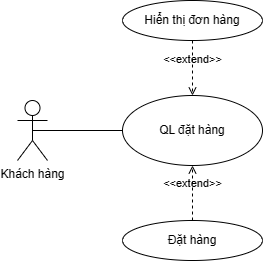
Before: UC/imgs/UC_QUANLYDATHANG.drawio.png, a diagram exported from draw.io (hieuNV0871/da). Source tidied: cells renumbered, new cells last; positions are measured from the earlier drawing's top-left corner, leaving out a move shared by most shapes.
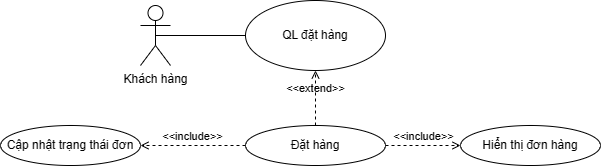
After the change.

What changed in the source:
```diff
@@ -9,11 +9,8 @@
       <mxGeometry x="105" y="95" width="140" height="70" as="geometry" />
     </mxCell>
     <mxCell id="4" value="Hiển thị đơn hàng" style="ellipse;whiteSpace=wrap;html=1;" parent="1" vertex="1">
-      <mxGeometry x="105" width="140" height="40" as="geometry" />
+      <mxGeometry x="320" y="220" width="140" height="40" as="geometry" />
     </mxCell>
-    <mxCell id="5" value="&amp;lt;&amp;lt;extend&amp;gt;&amp;gt;" style="html=1;verticalAlign=bottom;labelBackgroundColor=none;endArrow=open;endFill=0;dashed=1;rounded=0;entryX=0.5;entryY=0;entryDx=0;entryDy=0;exitX=0.5;exitY=1;exitDx=0;exitDy=0;" parent="1" edge="1" source="4" target="3">
-      <mxGeometry relative="1" as="geometry" />
-    </mxCell>
     <mxCell id="6" style="endArrow=none;html=1;rounded=0;exitX=0.5;exitY=0.5;exitDx=0;exitDy=0;exitPerimeter=0;entryX=0;entryY=0.5;entryDx=0;entryDy=0;" parent="1" edge="1" source="2" target="3">
       <mxGeometry relative="1" as="geometry" />
     </mxCell>
@@ -23,5 +20,14 @@
     <mxCell id="8" value="Đặt hàng" style="ellipse;whiteSpace=wrap;html=1;" parent="1" vertex="1">
       <mxGeometry x="105" y="220" width="140" height="40" as="geometry" />
     </mxCell>
+    <mxCell id="9" value="&amp;lt;&amp;lt;include&amp;gt;&amp;gt;" style="html=1;verticalAlign=bottom;labelBackgroundColor=none;endArrow=open;endFill=0;dashed=1;rounded=0;exitX=1;exitY=0.5;exitDx=0;exitDy=0;entryX=0;entryY=0.5;entryDx=0;entryDy=0;" parent="1" edge="1" source="8" target="4">
+      <mxGeometry relative="1" as="geometry" />
+    </mxCell>
+    <mxCell id="10" value="&amp;lt;&amp;lt;include&amp;gt;&amp;gt;" style="html=1;verticalAlign=bottom;labelBackgroundColor=none;endArrow=open;endFill=0;dashed=1;rounded=0;exitX=0;exitY=0.5;exitDx=0;exitDy=0;entryX=1;entryY=0.5;entryDx=0;entryDy=0;" parent="1" edge="1" source="8" target="11">
+      <mxGeometry relative="1" as="geometry" />
+    </mxCell>
+    <mxCell id="11" value="Cập nhật trạng thái đơn" style="ellipse;whiteSpace=wrap;html=1;" parent="1" vertex="1">
+      <mxGeometry x="-140" y="220" width="140" height="40" as="geometry" />
+    </mxCell>
   </root>
 </mxGraphModel>
```
